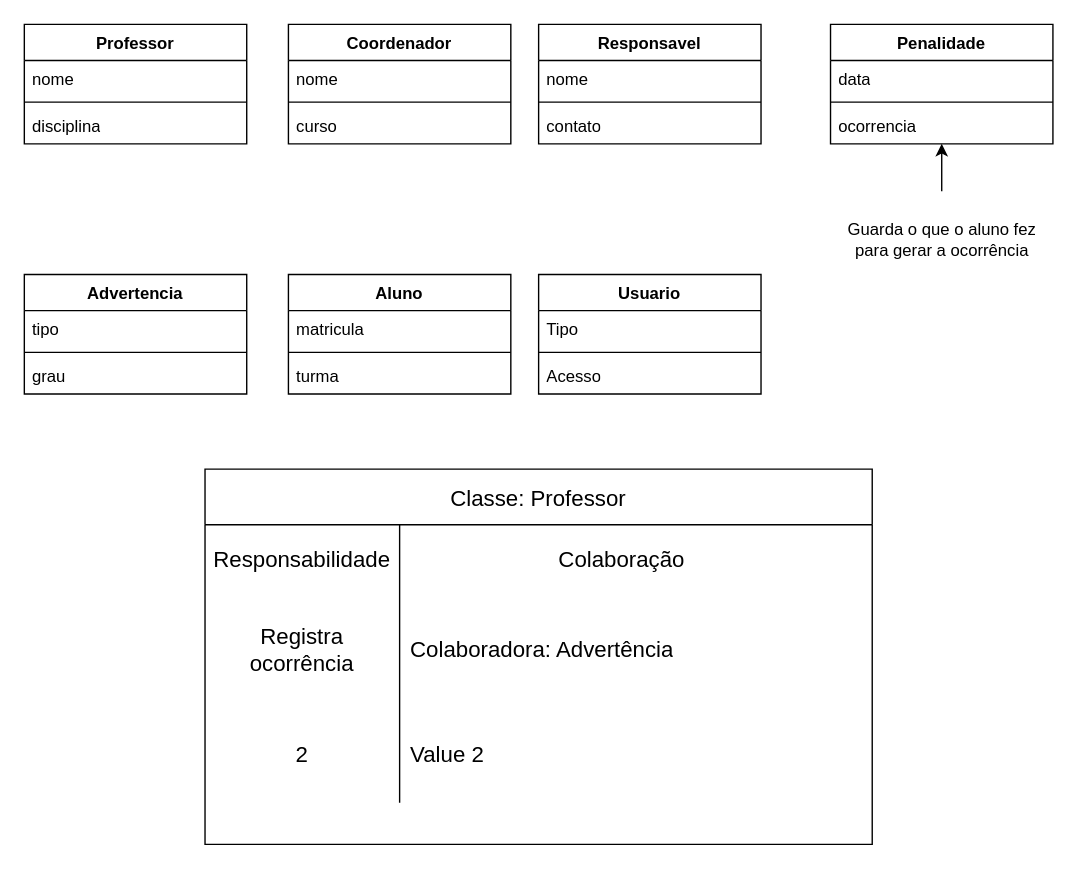
J-Gabriels-dev/Problema.suap keeps this draw.io diagram as identificaçãodeclasse.drawio. Above is the earlier version. Source tidied: cells renumbered, new cells numbered last; positions are measured from the earlier drawing's top-left corner, leaving out a move shared by most shapes. Both pictures are drawn from the tidied source at 139%, with x=0, y=0 at pixel (24, 24).
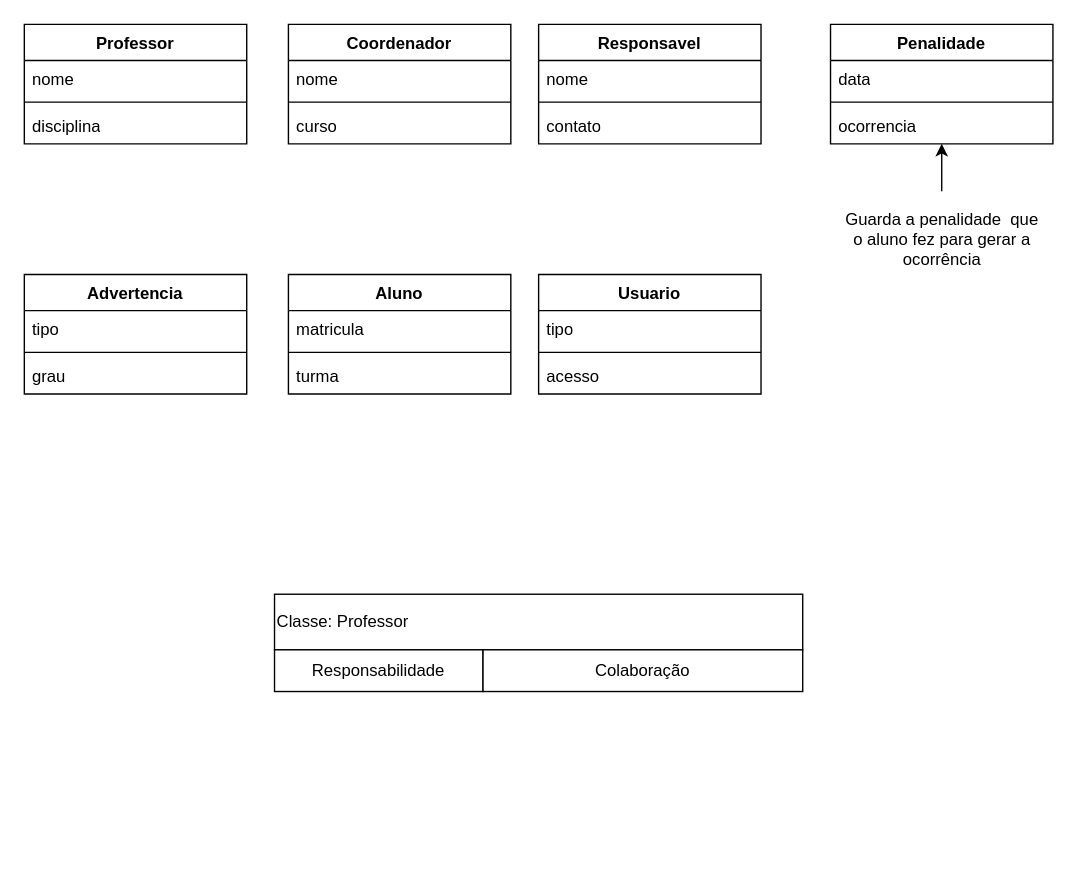
Above is the later version.

Unchanged cells that the change refers to:
```xml
<mxCell id="26" value="Usuario" style="swimlane;fontStyle=1;align=center;verticalAlign=top;horizontal=1;startSize=26;whiteSpace=wrap;html=1;" parent="1" vertex="1">
  <mxGeometry x="370" y="180" width="160" height="86" as="geometry" />
</mxCell>
```

The edit, as a diff of the source:
```diff
@@
-    <mxCell id="27" value="Tipo" style="text;strokeColor=none;fillColor=none;align=left;verticalAlign=top;spacingLeft=4;spacingRight=4;overflow=hidden;whiteSpace=wrap;html=1;" parent="26" vertex="1">
+    <mxCell id="27" value="tipo" style="text;strokeColor=none;fillColor=none;align=left;verticalAlign=top;spacingLeft=4;spacingRight=4;overflow=hidden;whiteSpace=wrap;html=1;" parent="26" vertex="1">
       <mxGeometry y="26" width="160" height="26" as="geometry" />
     </mxCell>
@@
-    <mxCell id="29" value="Acesso" style="text;strokeColor=none;fillColor=none;align=left;verticalAlign=top;spacingLeft=4;spacingRight=4;overflow=hidden;whiteSpace=wrap;html=1;" parent="26" vertex="1">
+    <mxCell id="29" value="acesso" style="text;strokeColor=none;fillColor=none;align=left;verticalAlign=top;spacingLeft=4;spacingRight=4;overflow=hidden;whiteSpace=wrap;html=1;" parent="26" vertex="1">
       <mxGeometry y="60" width="160" height="26" as="geometry" />
     </mxCell>
@@
-    <mxCell id="31" value="Guarda o que o aluno fez para gerar a ocorrência" style="text;html=1;whiteSpace=wrap;strokeColor=none;fillColor=none;align=center;verticalAlign=middle;rounded=0;" parent="1" vertex="1">
+    <mxCell id="31" value="Guarda a penalidade&amp;nbsp; que o aluno fez para gerar a ocorrência" style="text;html=1;whiteSpace=wrap;strokeColor=none;fillColor=none;align=center;verticalAlign=middle;rounded=0;" parent="1" vertex="1">
       <mxGeometry x="587.5" y="120" width="145" height="70" as="geometry" />
     </mxCell>
-    <mxCell id="32" value="Classe: Professor" style="shape=table;startSize=40;childLayout=tableLayout;rowLines=0;fontStyle=0;strokeColor=default;fontSize=16;" parent="1" vertex="1">
-      <mxGeometry x="130" y="320" width="480" height="270" as="geometry" />
+    <mxCell id="32" value="Classe: Professor" style="rounded=0;whiteSpace=wrap;html=1;align=left;" parent="1" vertex="1">
+      <mxGeometry x="180" y="410" width="380" height="40" as="geometry" />
     </mxCell>
-    <mxCell id="33" style="shape=tableRow;horizontal=0;startSize=0;swimlaneHead=0;swimlaneBody=0;top=0;left=0;bottom=0;right=0;fillColor=none;strokeColor=inherit;fontSize=16;" parent="32" vertex="1">
-      <mxGeometry y="40" width="480" height="50" as="geometry" />
-    </mxCell>
-    <mxCell id="34" value="Responsabilidade" style="shape=partialRectangle;html=1;whiteSpace=wrap;fillColor=none;top=0;left=0;bottom=0;right=0;overflow=hidden;strokeColor=inherit;fontSize=16;" parent="33" vertex="1">
-      <mxGeometry width="140" height="50" as="geometry" />
+    <mxCell id="34" value="Responsabilidade" style="rounded=0;whiteSpace=wrap;html=1;" parent="1" vertex="1">
+      <mxGeometry x="180" y="450" width="150" height="30" as="geometry" />
     </mxCell>
-    <mxCell id="35" value="&lt;span style=&quot;white-space: pre;&quot;&gt;&#9;&lt;/span&gt;&lt;span style=&quot;white-space: pre;&quot;&gt;&#9;&lt;/span&gt;&lt;span style=&quot;white-space: pre;&quot;&gt;&#9;&lt;/span&gt;Colaboração" style="shape=partialRectangle;html=1;whiteSpace=wrap;fillColor=none;top=0;left=0;bottom=0;right=0;align=left;spacingLeft=6;overflow=hidden;strokeColor=inherit;fontSize=16;" parent="33" vertex="1">
-      <mxGeometry x="140" width="340" height="50" as="geometry" />
+    <mxCell id="35" value="Colaboração" style="rounded=0;whiteSpace=wrap;html=1;" parent="1" vertex="1">
+      <mxGeometry x="330" y="450" width="230" height="30" as="geometry" />
     </mxCell>
-    <mxCell id="36" style="shape=tableRow;horizontal=0;startSize=0;swimlaneHead=0;swimlaneBody=0;top=0;left=0;bottom=0;right=0;fillColor=none;strokeColor=inherit;fontSize=16;" parent="32" vertex="1">
-      <mxGeometry y="90" width="480" height="80" as="geometry" />
-    </mxCell>
-    <mxCell id="37" value="Registra ocorrência" style="shape=partialRectangle;html=1;whiteSpace=wrap;fillColor=none;top=0;left=0;bottom=0;right=0;overflow=hidden;strokeColor=inherit;fontSize=16;" parent="36" vertex="1">
-      <mxGeometry width="140" height="80" as="geometry" />
-    </mxCell>
-    <mxCell id="38" value="Colaboradora: Advertência" style="shape=partialRectangle;html=1;whiteSpace=wrap;fillColor=none;top=0;left=0;bottom=0;right=0;align=left;spacingLeft=6;overflow=hidden;strokeColor=inherit;fontSize=16;" parent="36" vertex="1">
-      <mxGeometry x="140" width="340" height="80" as="geometry" />
-    </mxCell>
-    <mxCell id="39" style="shape=tableRow;horizontal=0;startSize=0;swimlaneHead=0;swimlaneBody=0;top=0;left=0;bottom=0;right=0;fillColor=none;strokeColor=inherit;fontSize=16;" parent="32" vertex="1">
-      <mxGeometry y="170" width="480" height="70" as="geometry" />
-    </mxCell>
-    <mxCell id="40" value="2" style="shape=partialRectangle;html=1;whiteSpace=wrap;fillColor=none;top=0;left=0;bottom=0;right=0;overflow=hidden;strokeColor=inherit;fontSize=16;" parent="39" vertex="1">
-      <mxGeometry width="140" height="70" as="geometry" />
-    </mxCell>
-    <mxCell id="41" value="Value 2" style="shape=partialRectangle;html=1;whiteSpace=wrap;fillColor=none;top=0;left=0;bottom=0;right=0;align=left;spacingLeft=6;overflow=hidden;strokeColor=inherit;fontSize=16;" parent="39" vertex="1">
-      <mxGeometry x="140" width="340" height="70" as="geometry" />
-    </mxCell>
```
